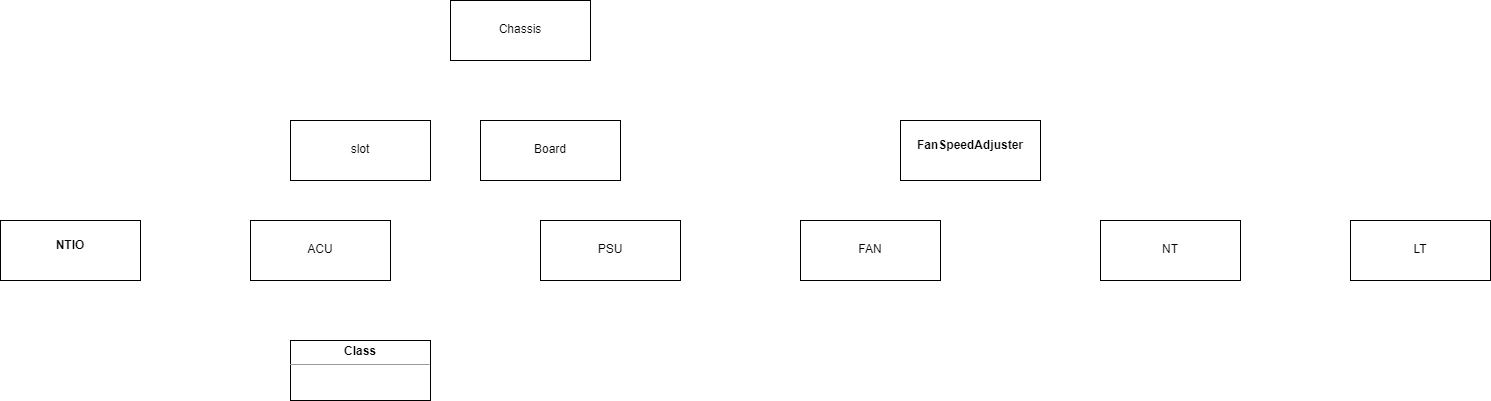
Steve888888/FN-Redundancy keeps this draw.io diagram as UML/eqpt.png. Above is the earlier version. Source tidied: cells renumbered, new cells last; positions are measured from the earlier drawing's top-left corner, leaving out a move shared by most shapes.
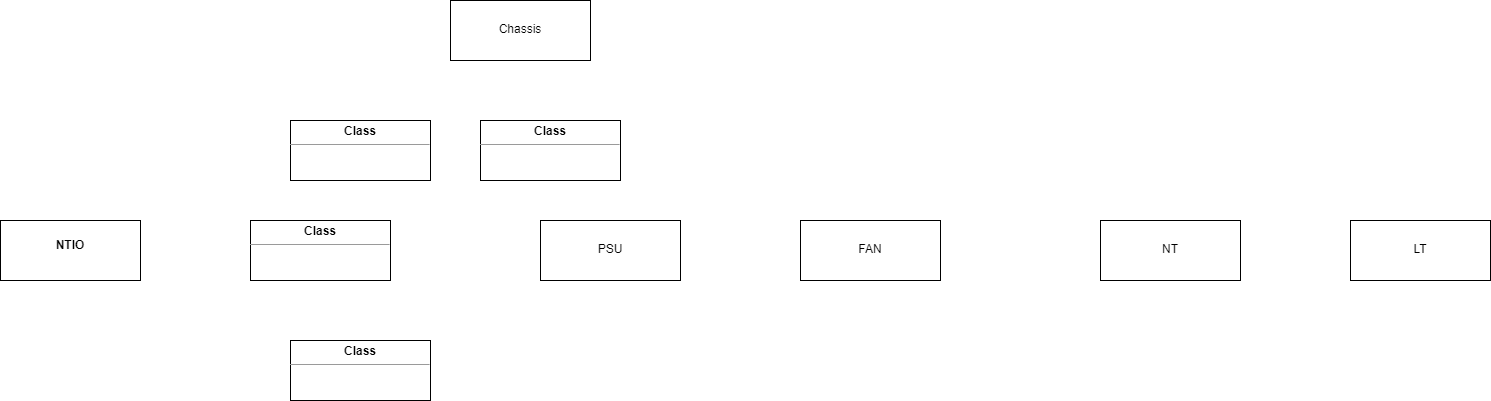
After the change.

What changed in the source:
```diff
@@ -8,18 +8,15 @@
     <mxCell id="3" value="&lt;p style=&quot;margin: 0px ; margin-top: 4px ; text-align: center&quot;&gt;&lt;br&gt;&lt;/p&gt;&lt;p style=&quot;margin: 0px ; margin-top: 4px ; text-align: center&quot;&gt;Chassis&lt;/p&gt;" style="verticalAlign=top;align=left;overflow=fill;fontSize=12;fontFamily=Helvetica;html=1;" parent="1" vertex="1">
       <mxGeometry x="450" width="140" height="60" as="geometry" />
     </mxCell>
-    <mxCell id="4" value="&lt;p style=&quot;margin: 0px ; margin-top: 4px ; text-align: center&quot;&gt;&lt;br&gt;&lt;/p&gt;&lt;p style=&quot;margin: 0px ; margin-top: 4px ; text-align: center&quot;&gt;slot&lt;/p&gt;" style="verticalAlign=top;align=left;overflow=fill;fontSize=12;fontFamily=Helvetica;html=1;" parent="1" vertex="1">
+    <mxCell id="4" value="&lt;p style=&quot;margin:0px;margin-top:4px;text-align:center;&quot;&gt;&lt;b&gt;Class&lt;/b&gt;&lt;/p&gt;&lt;hr size=&quot;1&quot;/&gt;&lt;div style=&quot;height:2px;&quot;&gt;&lt;/div&gt;" style="verticalAlign=top;align=left;overflow=fill;fontSize=12;fontFamily=Helvetica;html=1;" parent="1" vertex="1">
       <mxGeometry x="290" y="120" width="140" height="60" as="geometry" />
     </mxCell>
-    <mxCell id="5" value="&lt;p style=&quot;margin: 0px ; margin-top: 4px ; text-align: center&quot;&gt;&lt;br&gt;&lt;/p&gt;&lt;p style=&quot;margin: 4px 0px 0px ; text-align: center&quot;&gt;Board&lt;/p&gt;&lt;p style=&quot;margin: 4px 0px 0px ; text-align: center&quot;&gt;&lt;br&gt;&lt;/p&gt;" style="verticalAlign=top;align=left;overflow=fill;fontSize=12;fontFamily=Helvetica;html=1;" parent="1" vertex="1">
+    <mxCell id="5" value="&lt;p style=&quot;margin:0px;margin-top:4px;text-align:center;&quot;&gt;&lt;b&gt;Class&lt;/b&gt;&lt;/p&gt;&lt;hr size=&quot;1&quot;/&gt;&lt;div style=&quot;height:2px;&quot;&gt;&lt;/div&gt;" style="verticalAlign=top;align=left;overflow=fill;fontSize=12;fontFamily=Helvetica;html=1;" parent="1" vertex="1">
       <mxGeometry x="480" y="120" width="140" height="60" as="geometry" />
     </mxCell>
-    <mxCell id="6" value="&lt;p style=&quot;margin: 0px ; margin-top: 4px ; text-align: center&quot;&gt;&lt;br&gt;&lt;/p&gt;&lt;p style=&quot;margin: 0px ; margin-top: 4px ; text-align: center&quot;&gt;ACU&lt;/p&gt;" style="verticalAlign=top;align=left;overflow=fill;fontSize=12;fontFamily=Helvetica;html=1;" parent="1" vertex="1">
+    <mxCell id="6" value="&lt;p style=&quot;margin:0px;margin-top:4px;text-align:center;&quot;&gt;&lt;b&gt;Class&lt;/b&gt;&lt;/p&gt;&lt;hr size=&quot;1&quot;/&gt;&lt;div style=&quot;height:2px;&quot;&gt;&lt;/div&gt;" style="verticalAlign=top;align=left;overflow=fill;fontSize=12;fontFamily=Helvetica;html=1;" parent="1" vertex="1">
       <mxGeometry x="250" y="220" width="140" height="60" as="geometry" />
     </mxCell>
-    <mxCell id="7" value="&lt;p style=&quot;margin: 0px ; margin-top: 4px ; text-align: center&quot;&gt;&lt;br&gt;&lt;b&gt;FanSpeedAdjuster&lt;/b&gt;&lt;br&gt;&lt;/p&gt;" style="verticalAlign=top;align=left;overflow=fill;fontSize=12;fontFamily=Helvetica;html=1;" parent="1" vertex="1">
-      <mxGeometry x="900" y="120" width="140" height="60" as="geometry" />
-    </mxCell>
     <mxCell id="8" value="&lt;p style=&quot;margin:0px;margin-top:4px;text-align:center;&quot;&gt;&lt;b&gt;Class&lt;/b&gt;&lt;/p&gt;&lt;hr size=&quot;1&quot;/&gt;&lt;div style=&quot;height:2px;&quot;&gt;&lt;/div&gt;" style="verticalAlign=top;align=left;overflow=fill;fontSize=12;fontFamily=Helvetica;html=1;" parent="1" vertex="1">
       <mxGeometry x="290" y="340" width="140" height="60" as="geometry" />
     </mxCell>
```
